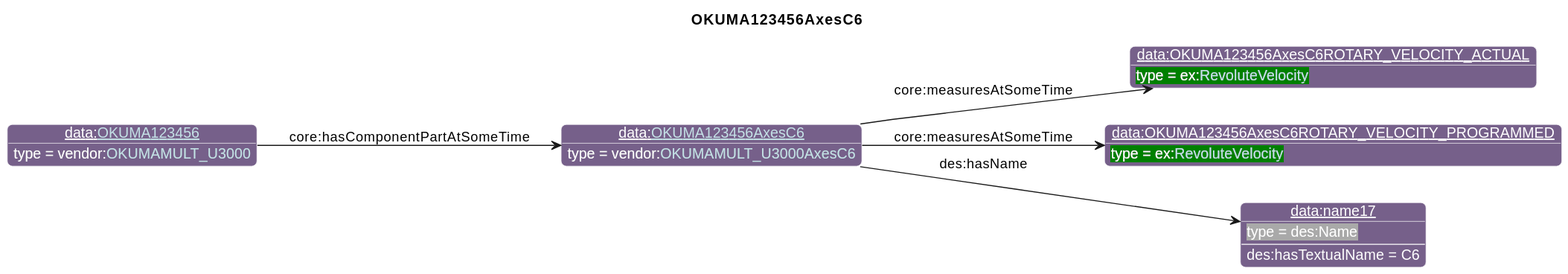
iofoundry/example-syseng-mtconnect keeps this PlantUML diagram as diagrams/OKUMA123456AxesC6.svg. Above is the earlier version.
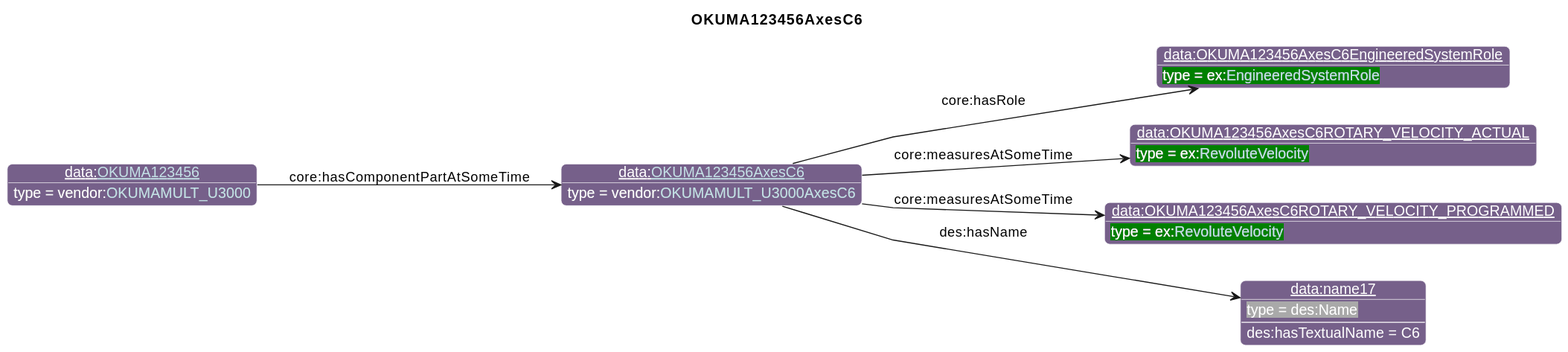
Above is the later version.

Diff of the diagram source:
```diff
@@ -26,13 +26,15 @@
                       "qp":"641B2E"
       }
 individual(o0, data:[[./OKUMA123456AxesC6.html OKUMA123456AxesC6]], vendor:[[../OKUMA.html#OKUMAMULT_U3000AxesC6 OKUMAMULT_U3000AxesC6]])
-individual(o1, data:OKUMA123456AxesC6ROTARY_VELOCITY_ACTUAL, ex:[[../Example.html#RevoluteVelocity RevoluteVelocity]])
-individual(o2, data:OKUMA123456AxesC6ROTARY_VELOCITY_PROGRAMMED, ex:[[../Example.html#RevoluteVelocity RevoluteVelocity]])
-individual(o3, data:name17, des:Name)
-individual(o4, data:[[./OKUMA123456.html OKUMA123456]], vendor:[[../OKUMA.html#OKUMAMULT_U3000 OKUMAMULT_U3000]])
-property(o0, "core:measuresAtSomeTime", o1)
+individual(o1, data:OKUMA123456AxesC6EngineeredSystemRole, ex:[[../Example.html#EngineeredSystemRole EngineeredSystemRole]])
+individual(o2, data:OKUMA123456AxesC6ROTARY_VELOCITY_ACTUAL, ex:[[../Example.html#RevoluteVelocity RevoluteVelocity]])
+individual(o3, data:OKUMA123456AxesC6ROTARY_VELOCITY_PROGRAMMED, ex:[[../Example.html#RevoluteVelocity RevoluteVelocity]])
+individual(o4, data:name17, des:Name)
+individual(o5, data:[[./OKUMA123456.html OKUMA123456]], vendor:[[../OKUMA.html#OKUMAMULT_U3000 OKUMAMULT_U3000]])
+property(o0, "core:hasRole", o1)
 property(o0, "core:measuresAtSomeTime", o2)
-property(o0, "des:hasName", o3)
-data(o3, "des:hasTextualName", "C6")
-property(o4, "core:hasComponentPartAtSomeTime", o0)
+property(o0, "core:measuresAtSomeTime", o3)
+property(o0, "des:hasName", o4)
+data(o4, "des:hasTextualName", "C6")
+property(o5, "core:hasComponentPartAtSomeTime", o0)
 @enduml
```
